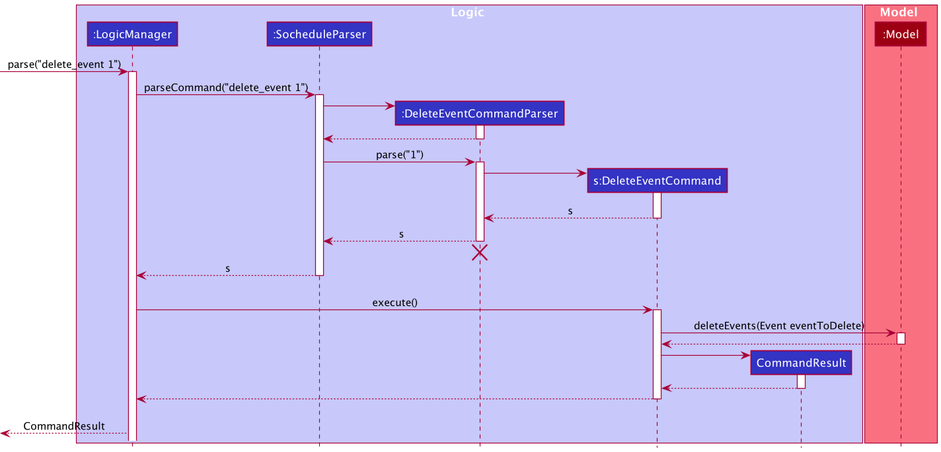
Above: docs/images/DeleteEventCommandSequenceDiagram.png in nus-cs2103-AY2021S2/tp (PlantUML), before the change.
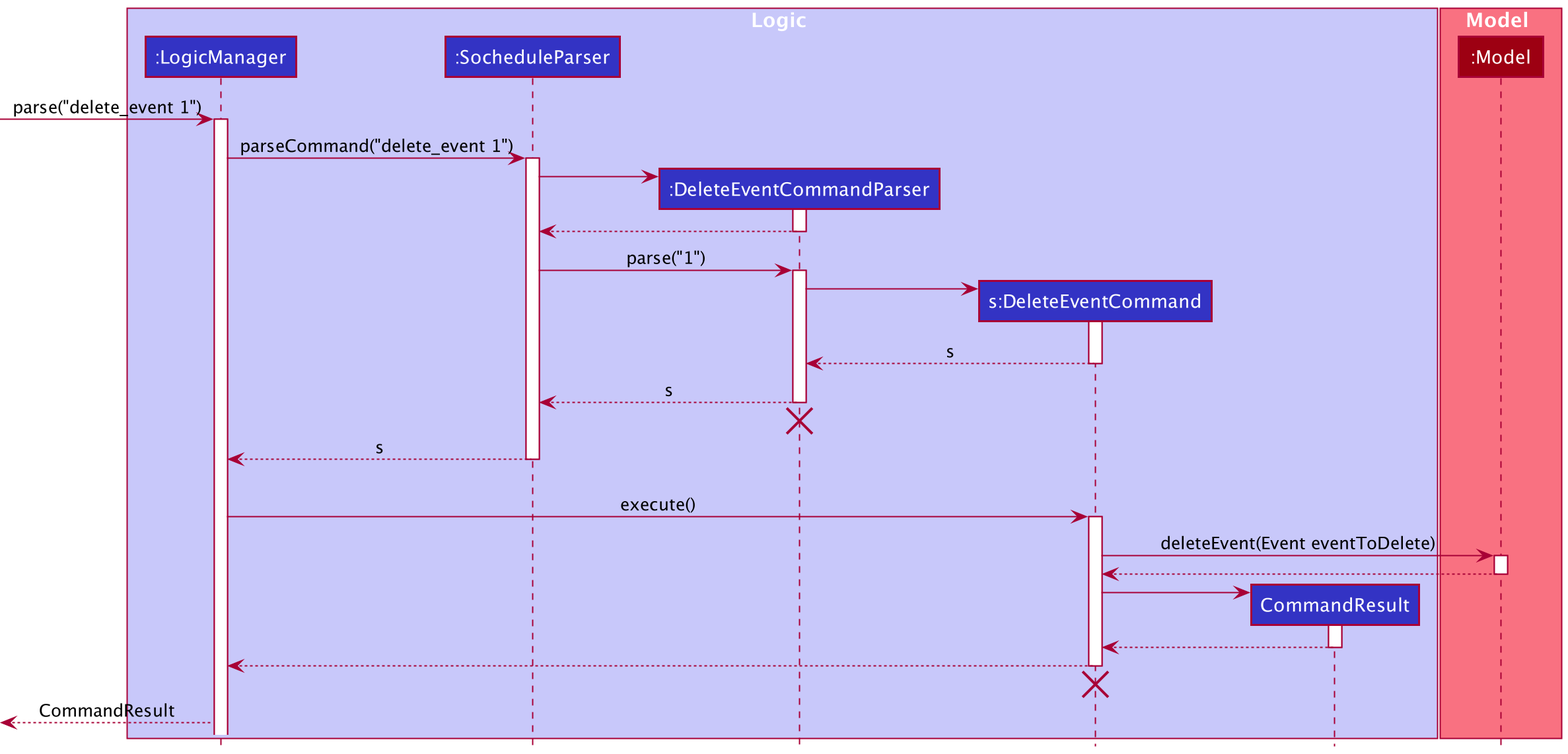
The same diagram one commit later.

What changed in the source:
```diff
@@ -47,7 +47,7 @@
 LogicManager -> DeleteEventCommand : execute()
 activate DeleteEventCommand
 
-DeleteEventCommand -> Model : deleteEvents(Event eventToDelete)
+DeleteEventCommand -> Model : deleteEvent(Event eventToDelete)
 activate Model
 DeleteEventCommand <-- Model
 deactivate Model
@@ -61,6 +61,7 @@
 LogicManager <-- DeleteEventCommand
 deactivate DeleteEventCommand
 DeleteEventCommand -[hidden]->[
+destroy DeleteEventCommand
 
 [<-- LogicManager : CommandResult
 @enduml
```
